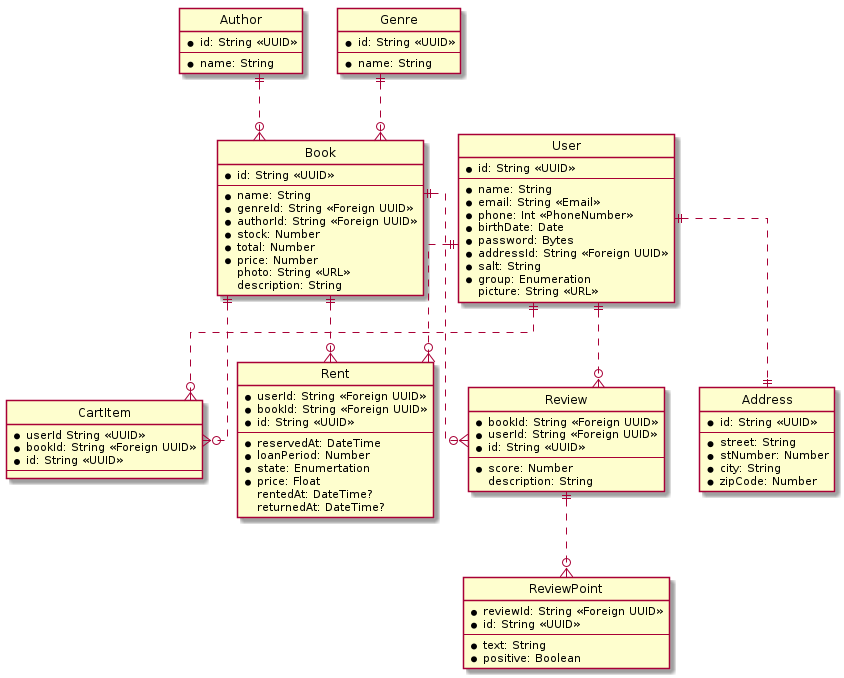
Qas1modo/PV179-forked-old keeps this PlantUML diagram as Diagrams/library.png. Above is the earlier version.
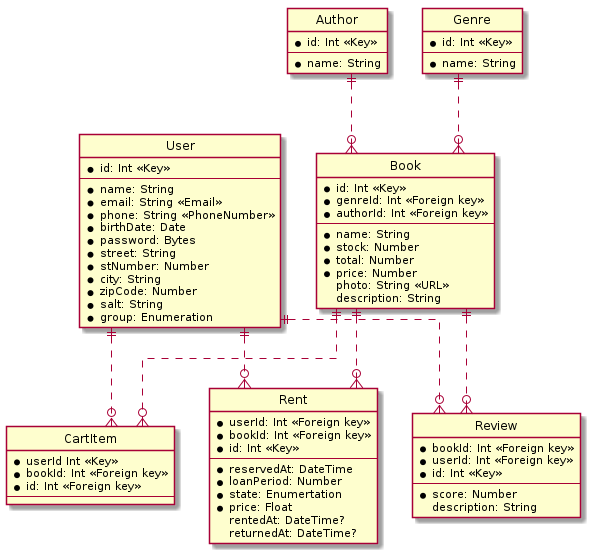
The same diagram one commit later.

Change to the diagram source:
```diff
@@ -4,41 +4,34 @@
 skinparam Linetype ortho
 
 entity User {
-    *id: String <<UUID>>
+    *id: Int <<Key>>
     ---
     *name: String
     *email: String <<Email>>
-    *phone: Int <<PhoneNumber>>
+    *phone: String <<PhoneNumber>>
     *birthDate: Date
     *password: Bytes
-    *addressId: String <<Foreign UUID>>
-    *salt: String
-    *group: Enumeration
-    picture: String <<URL>>
-}
-
-entity CartItem {
-    *userId String <<UUID>>
-    *bookId: String <<Foreign UUID>>
-    *id: String <<UUID>>
-    ---
-}
-
-entity Address {
-    *id: String <<UUID>>
-    ---
     *street: String
     *stNumber: Number
     *city: String
     *zipCode: Number
+    *salt: String
+    *group: Enumeration
+}
+
+entity CartItem {
+    *userId Int <<Key>>
+    *bookId: Int <<Foreign key>>
+    *id: Int <<Foreign key>>
+    ---
 }
 
 entity Book {
-    *id: String <<UUID>>
+    *id: Int <<Key>>
+    *genreId: Int <<Foreign key>>
+    *authorId: Int <<Foreign key>>
     ---
     *name: String
-    *genreId: String <<Foreign UUID>>
-    *authorId: String <<Foreign UUID>>
     *stock: Number
     *total: Number
     *price: Number
@@ -47,21 +40,21 @@
 }
 
 entity Author {
-    *id: String <<UUID>>
+    *id: Int <<Key>>
     ---
     *name: String
 }
 
 entity Genre {
-    *id: String <<UUID>>
+    *id: Int <<Key>>
     ---
     *name: String
 }
 
 entity Rent {
-    *userId: String <<Foreign UUID>>
-    *bookId: String <<Foreign UUID>>
-    *id: String <<UUID>>
+    *userId: Int <<Foreign key>>
+    *bookId: Int <<Foreign key>>
+    *id: Int <<Key>>
     ---
     *reservedAt: DateTime
     *loanPeriod: Number
@@ -72,24 +65,14 @@
 }
 
 entity Review {
-    *bookId: String <<Foreign UUID>>
-    *userId: String <<Foreign UUID>>
-    *id: String <<UUID>>
+    *bookId: Int <<Foreign key>>
+    *userId: Int <<Foreign key>>
+    *id: Int <<Key>>
     ---
     *score: Number
     description: String
 }
 
-
-entity ReviewPoint {
-    *reviewId: String <<Foreign UUID>>
-    *id: String <<UUID>>
-    ---
-    *text: String
-    *positive: Boolean
-}
-
-User ||..|| Address
 User ||..o{ CartItem
 User ||..o{ Rent
 User ||..o{ Review
@@ -98,5 +81,4 @@
 Book ||..o{ CartItem
 Author ||..o{ Book
 Genre ||..o{ Book
-Review ||..o{ ReviewPoint
 @enduml
```
